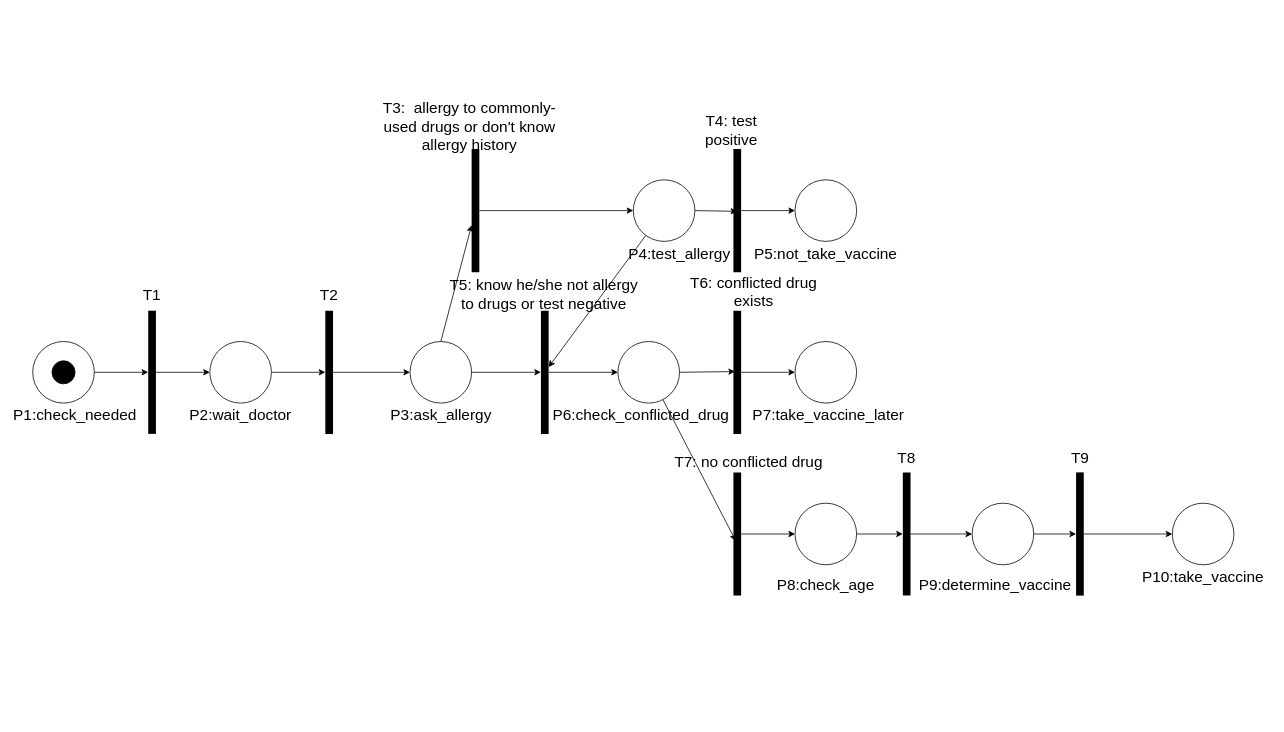
Earlier version of the draw.io diagram 3100asmt3Q1.2.drawio (wkng0/heyy). Source tidied: cells renumbered, new cells numbered last; positions are measured from the earlier drawing's top-left corner, leaving out a move shared by most shapes. Both pictures are drawn from the tidied source at 77%, with x=0, y=0 at pixel (17, 110).
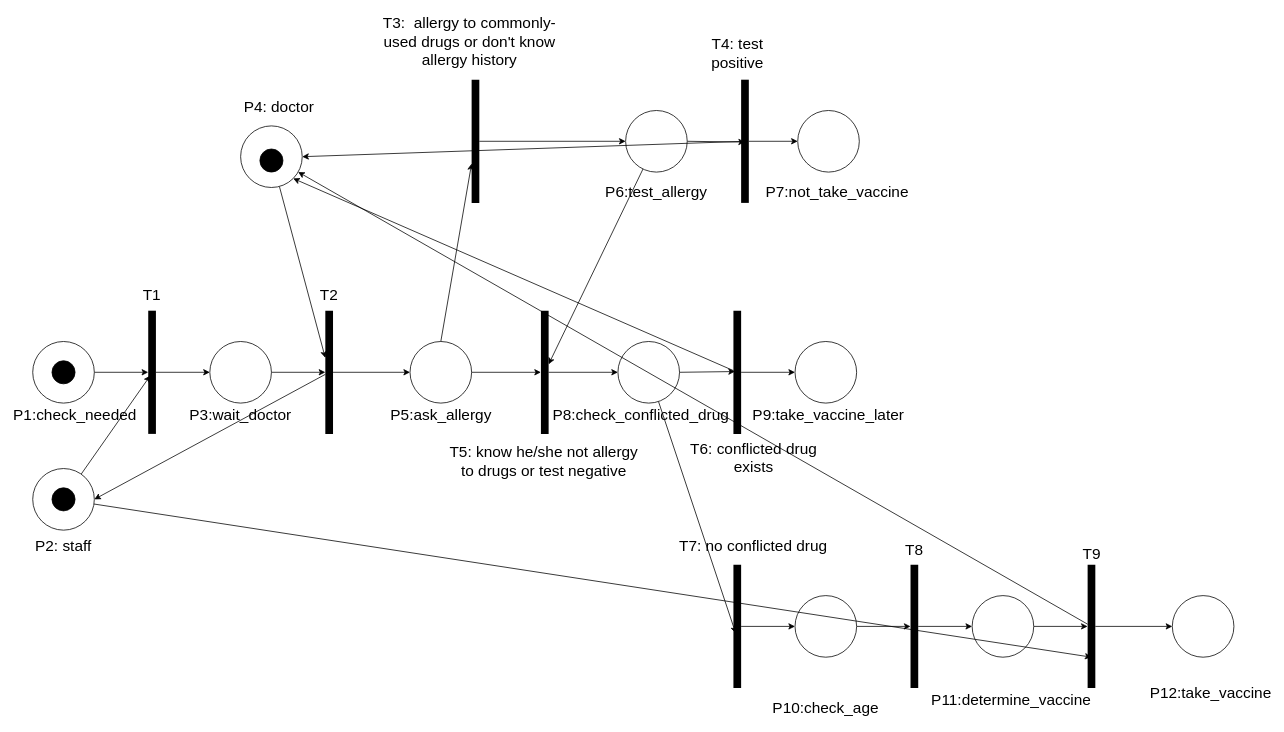
Above is the later version.

The change refers to these unchanged cells:
```xml
<mxCell id="6" style="line;strokeWidth=10;direction=south;html=1;fontSize=20;" parent="1" vertex="1">
  <mxGeometry x="170" y="260" width="10" height="160" as="geometry" />
</mxCell>
<mxCell id="31" style="line;strokeWidth=10;direction=south;html=1;fontSize=20;" parent="1" vertex="1">
  <mxGeometry x="930" y="260" width="10" height="160" as="geometry" />
</mxCell>
<mxCell id="59" style="line;strokeWidth=10;direction=south;html=1;fontSize=20;" parent="1" vertex="1">
  <mxGeometry x="400" y="260" width="10" height="160" as="geometry" />
</mxCell>
```

Diff of the diagram source:
```diff
@@
-    <mxCell id="10" value="P2:wait_doctor" style="text;html=1;strokeColor=none;fillColor=none;align=center;verticalAlign=middle;whiteSpace=wrap;rounded=0;fontSize=20;" parent="1" vertex="1">
+    <mxCell id="10" value="P3:wait_doctor" style="text;html=1;strokeColor=none;fillColor=none;align=center;verticalAlign=middle;whiteSpace=wrap;rounded=0;fontSize=20;" parent="1" vertex="1">
       <mxGeometry x="230" y="380" width="120" height="30" as="geometry" />
     </mxCell>
@@
     <mxCell id="12" style="line;strokeWidth=10;direction=south;html=1;fontSize=20;" parent="1" vertex="1">
-      <mxGeometry x="590" y="50" width="10" height="160" as="geometry" />
+      <mxGeometry x="590" y="-40" width="10" height="160" as="geometry" />
     </mxCell>
     <mxCell id="13" value="T3: &amp;nbsp;allergy to commonly-used drugs or don't know allergy history" style="text;html=1;strokeColor=none;fillColor=none;align=center;verticalAlign=middle;whiteSpace=wrap;rounded=0;fontSize=20;" parent="1" vertex="1">
-      <mxGeometry x="465" width="245" height="40" as="geometry" />
+      <mxGeometry x="465" y="-110" width="245" height="40" as="geometry" />
     </mxCell>
@@
     <mxCell id="16" style="ellipse;whiteSpace=wrap;html=1;fontSize=20;strokeWidth=1;" parent="1" vertex="1">
-      <mxGeometry x="800" y="90" width="80" height="80" as="geometry" />
+      <mxGeometry x="790" width="80" height="80" as="geometry" />
     </mxCell>
-    <mxCell id="17" value="P4:test_allergy" style="text;html=1;strokeColor=none;fillColor=none;align=center;verticalAlign=middle;whiteSpace=wrap;rounded=0;fontSize=20;" parent="1" vertex="1">
-      <mxGeometry x="800" y="170" width="120" height="30" as="geometry" />
+    <mxCell id="17" value="P6:test_allergy" style="text;html=1;strokeColor=none;fillColor=none;align=center;verticalAlign=middle;whiteSpace=wrap;rounded=0;fontSize=20;" parent="1" vertex="1">
+      <mxGeometry x="770" y="90" width="120" height="30" as="geometry" />
     </mxCell>
@@
+    <mxCell id="61" style="edgeStyle=none;rounded=0;jettySize=auto;html=1;entryX=1;entryY=0.5;entryDx=0;entryDy=0;" parent="1" edge="1" source="19" target="69">
+      <mxGeometry relative="1" as="geometry" />
+    </mxCell>
     <mxCell id="19" style="line;strokeWidth=10;direction=south;html=1;fontSize=20;" parent="1" vertex="1">
-      <mxGeometry x="930" y="50" width="10" height="160" as="geometry" />
+      <mxGeometry x="940" y="-40" width="10" height="160" as="geometry" />
     </mxCell>
     <mxCell id="20" style="ellipse;whiteSpace=wrap;html=1;fontSize=20;strokeWidth=1;" parent="1" vertex="1">
-      <mxGeometry x="1010" y="90" width="80" height="80" as="geometry" />
+      <mxGeometry x="1013.5" width="80" height="80" as="geometry" />
     </mxCell>
-    <mxCell id="21" value="P5:not_take_vaccine" style="text;html=1;strokeColor=none;fillColor=none;align=center;verticalAlign=middle;whiteSpace=wrap;rounded=0;fontSize=20;" parent="1" vertex="1">
-      <mxGeometry x="965" y="170" width="170" height="30" as="geometry" />
+    <mxCell id="21" value="P7:not_take_vaccine" style="text;html=1;strokeColor=none;fillColor=none;align=center;verticalAlign=middle;whiteSpace=wrap;rounded=0;fontSize=20;" parent="1" vertex="1">
+      <mxGeometry x="980" y="90" width="170" height="30" as="geometry" />
     </mxCell>
     <mxCell id="22" value="T4: test positive" style="text;html=1;strokeColor=none;fillColor=none;align=center;verticalAlign=middle;whiteSpace=wrap;rounded=0;fontSize=20;" parent="1" vertex="1">
-      <mxGeometry x="870" y="10" width="115" height="30" as="geometry" />
+      <mxGeometry x="877.5" y="-90" width="115" height="30" as="geometry" />
     </mxCell>
@@
     <mxCell id="25" value="T5: know he/she not allergy to drugs or test negative" style="text;html=1;strokeColor=none;fillColor=none;align=center;verticalAlign=middle;whiteSpace=wrap;rounded=0;fontSize=20;" parent="1" vertex="1">
-      <mxGeometry x="554" y="210" width="260" height="55" as="geometry" />
+      <mxGeometry x="554" y="427.5" width="260" height="55" as="geometry" />
     </mxCell>
@@
-    <mxCell id="29" value="P6:check_conflicted_drug" style="text;html=1;strokeColor=none;fillColor=none;align=center;verticalAlign=middle;whiteSpace=wrap;rounded=0;fontSize=20;" parent="1" vertex="1">
+    <mxCell id="29" value="P8:check_conflicted_drug" style="text;html=1;strokeColor=none;fillColor=none;align=center;verticalAlign=middle;whiteSpace=wrap;rounded=0;fontSize=20;" parent="1" vertex="1">
       <mxGeometry x="710" y="380" width="200" height="30" as="geometry" />
     </mxCell>
@@
+    <mxCell id="62" style="edgeStyle=none;rounded=0;jettySize=auto;html=1;entryX=1;entryY=1;entryDx=0;entryDy=0;" parent="1" edge="1" source="31" target="69">
+      <mxGeometry relative="1" as="geometry" />
+    </mxCell>
@@
     <mxCell id="32" value="T6: conflicted drug exists" style="text;html=1;strokeColor=none;fillColor=none;align=center;verticalAlign=middle;whiteSpace=wrap;rounded=0;fontSize=20;" parent="1" vertex="1">
-      <mxGeometry x="870" y="220" width="172.5" height="30" as="geometry" />
+      <mxGeometry x="870" y="435" width="172.5" height="30" as="geometry" />
     </mxCell>
@@
-    <mxCell id="34" value="P7:take_vaccine_later" style="text;html=1;strokeColor=none;fillColor=none;align=center;verticalAlign=middle;whiteSpace=wrap;rounded=0;fontSize=20;" parent="1" vertex="1">
+    <mxCell id="34" value="P9:take_vaccine_later" style="text;html=1;strokeColor=none;fillColor=none;align=center;verticalAlign=middle;whiteSpace=wrap;rounded=0;fontSize=20;" parent="1" vertex="1">
       <mxGeometry x="967" y="380" width="173" height="30" as="geometry" />
     </mxCell>
@@
     <mxCell id="36" style="line;strokeWidth=10;direction=south;html=1;fontSize=20;" parent="1" vertex="1">
-      <mxGeometry x="930" y="470" width="10" height="160" as="geometry" />
+      <mxGeometry x="930" y="590" width="10" height="160" as="geometry" />
     </mxCell>
     <mxCell id="37" value="T7: no conflicted drug" style="text;html=1;strokeColor=none;fillColor=none;align=center;verticalAlign=middle;whiteSpace=wrap;rounded=0;fontSize=20;" parent="1" vertex="1">
-      <mxGeometry x="845" y="440" width="210" height="30" as="geometry" />
+      <mxGeometry x="851.2" y="550" width="210" height="30" as="geometry" />
     </mxCell>
@@
     <mxCell id="39" style="ellipse;whiteSpace=wrap;html=1;fontSize=20;strokeWidth=1;" parent="1" vertex="1">
-      <mxGeometry x="1010" y="510" width="80" height="80" as="geometry" />
+      <mxGeometry x="1010" y="630" width="80" height="80" as="geometry" />
     </mxCell>
-    <mxCell id="40" value="P8:check_age" style="text;html=1;strokeColor=none;fillColor=none;align=center;verticalAlign=middle;whiteSpace=wrap;rounded=0;fontSize=20;" parent="1" vertex="1">
-      <mxGeometry x="1000" y="600" width="100" height="30" as="geometry" />
+    <mxCell id="40" value="P10:check_age" style="text;html=1;strokeColor=none;fillColor=none;align=center;verticalAlign=middle;whiteSpace=wrap;rounded=0;fontSize=20;" parent="1" vertex="1">
+      <mxGeometry x="1000" y="760" width="100" height="30" as="geometry" />
     </mxCell>
@@
     <mxCell id="42" style="line;strokeWidth=10;direction=south;html=1;fontSize=20;" parent="1" vertex="1">
-      <mxGeometry x="1150" y="470" width="10" height="160" as="geometry" />
+      <mxGeometry x="1160" y="590" width="10" height="160" as="geometry" />
     </mxCell>
     <mxCell id="43" value="T8" style="text;html=1;strokeColor=none;fillColor=none;align=center;verticalAlign=middle;whiteSpace=wrap;rounded=0;fontSize=20;" parent="1" vertex="1">
-      <mxGeometry x="1070" y="440" width="170" height="20" as="geometry" />
+      <mxGeometry x="1080" y="560" width="170" height="20" as="geometry" />
     </mxCell>
@@
     <mxCell id="45" style="ellipse;whiteSpace=wrap;html=1;fontSize=20;strokeWidth=1;" parent="1" vertex="1">
-      <mxGeometry x="1240" y="510" width="80" height="80" as="geometry" />
+      <mxGeometry x="1240" y="630" width="80" height="80" as="geometry" />
     </mxCell>
-    <mxCell id="46" value="P9:determine_vaccine" style="text;html=1;strokeColor=none;fillColor=none;align=center;verticalAlign=middle;whiteSpace=wrap;rounded=0;fontSize=20;" parent="1" vertex="1">
-      <mxGeometry x="1180" y="600" width="180" height="30" as="geometry" />
+    <mxCell id="46" value="P11:determine_vaccine" style="text;html=1;strokeColor=none;fillColor=none;align=center;verticalAlign=middle;whiteSpace=wrap;rounded=0;fontSize=20;" parent="1" vertex="1">
+      <mxGeometry x="1201" y="750" width="180" height="30" as="geometry" />
     </mxCell>
@@
+    <mxCell id="63" style="edgeStyle=none;rounded=0;jettySize=auto;html=1;" parent="1" edge="1" source="48" target="69">
+      <mxGeometry relative="1" as="geometry" />
+    </mxCell>
     <mxCell id="48" style="line;strokeWidth=10;direction=south;html=1;fontSize=20;" parent="1" vertex="1">
-      <mxGeometry x="1375" y="470" width="10" height="160" as="geometry" />
+      <mxGeometry x="1390" y="590" width="10" height="160" as="geometry" />
     </mxCell>
     <mxCell id="49" value="T9" style="text;html=1;strokeColor=none;fillColor=none;align=center;verticalAlign=middle;whiteSpace=wrap;rounded=0;fontSize=20;" parent="1" vertex="1">
-      <mxGeometry x="1298" y="435" width="165" height="30" as="geometry" />
+      <mxGeometry x="1312.5" y="560" width="165" height="30" as="geometry" />
     </mxCell>
     <mxCell id="50" style="ellipse;whiteSpace=wrap;html=1;fontSize=20;strokeWidth=1;" parent="1" vertex="1">
-      <mxGeometry x="1500" y="510" width="80" height="80" as="geometry" />
+      <mxGeometry x="1500" y="630" width="80" height="80" as="geometry" />
     </mxCell>
-    <mxCell id="51" value="P10:take_vaccine" style="text;html=1;strokeColor=none;fillColor=none;align=center;verticalAlign=middle;whiteSpace=wrap;rounded=0;fontSize=20;" parent="1" vertex="1">
-      <mxGeometry x="1480" y="590" width="120" height="30" as="geometry" />
+    <mxCell id="51" value="P12:take_vaccine" style="text;html=1;strokeColor=none;fillColor=none;align=center;verticalAlign=middle;whiteSpace=wrap;rounded=0;fontSize=20;" parent="1" vertex="1">
+      <mxGeometry x="1490" y="740" width="120" height="30" as="geometry" />
     </mxCell>
@@
-    <mxCell id="56" value="P3:ask_allergy" style="text;html=1;strokeColor=none;fillColor=none;align=center;verticalAlign=middle;whiteSpace=wrap;rounded=0;fontSize=20;" parent="1" vertex="1">
+    <mxCell id="56" value="P5:ask_allergy" style="text;html=1;strokeColor=none;fillColor=none;align=center;verticalAlign=middle;whiteSpace=wrap;rounded=0;fontSize=20;" parent="1" vertex="1">
       <mxGeometry x="482.5" y="380" width="135" height="30" as="geometry" />
     </mxCell>
@@
+    <mxCell id="64" style="edgeStyle=none;rounded=0;jettySize=auto;html=1;entryX=1;entryY=0.5;entryDx=0;entryDy=0;" parent="1" edge="1" source="59" target="67">
+      <mxGeometry relative="1" as="geometry" />
+    </mxCell>
@@
+    <mxCell id="65" style="edgeStyle=none;rounded=0;jettySize=auto;html=1;entryX=0.527;entryY=0.733;entryDx=0;entryDy=0;entryPerimeter=0;" parent="1" edge="1" source="67" target="6">
+      <mxGeometry relative="1" as="geometry" />
+    </mxCell>
+    <mxCell id="66" style="edgeStyle=none;rounded=0;jettySize=auto;html=1;entryX=0.75;entryY=0.5;entryDx=0;entryDy=0;entryPerimeter=0;" parent="1" edge="1" source="67" target="48">
+      <mxGeometry relative="1" as="geometry" />
+    </mxCell>
+    <mxCell id="67" style="ellipse;whiteSpace=wrap;html=1;" parent="1" vertex="1">
+      <mxGeometry x="20" y="465" width="80" height="80" as="geometry" />
+    </mxCell>
+    <mxCell id="68" style="edgeStyle=none;rounded=0;jettySize=auto;html=1;" parent="1" edge="1" source="69" target="59">
+      <mxGeometry relative="1" as="geometry" />
+    </mxCell>
+    <mxCell id="69" style="ellipse;whiteSpace=wrap;html=1;" parent="1" vertex="1">
+      <mxGeometry x="290" y="20" width="80" height="80" as="geometry" />
+    </mxCell>
+    <mxCell id="70" style="ellipse;whiteSpace=wrap;html=1;fontSize=20;strokeWidth=1;fillColor=#000000;" parent="1" vertex="1">
+      <mxGeometry x="45" y="490" width="30" height="30" as="geometry" />
+    </mxCell>
+    <mxCell id="71" style="ellipse;whiteSpace=wrap;html=1;fontSize=20;strokeWidth=1;fillColor=#000000;" parent="1" vertex="1">
+      <mxGeometry x="315" y="50" width="30" height="30" as="geometry" />
+    </mxCell>
+    <mxCell id="72" value="P2: staff" style="text;html=1;strokeColor=none;fillColor=none;align=center;verticalAlign=middle;whiteSpace=wrap;rounded=0;fontSize=20;" parent="1" vertex="1">
+      <mxGeometry y="550" width="120" height="30" as="geometry" />
+    </mxCell>
+    <mxCell id="73" value="P4: doctor" style="text;html=1;strokeColor=none;fillColor=none;align=center;verticalAlign=middle;whiteSpace=wrap;rounded=0;fontSize=20;" parent="1" vertex="1">
+      <mxGeometry x="280" y="-20" width="120" height="30" as="geometry" />
+    </mxCell>
```
